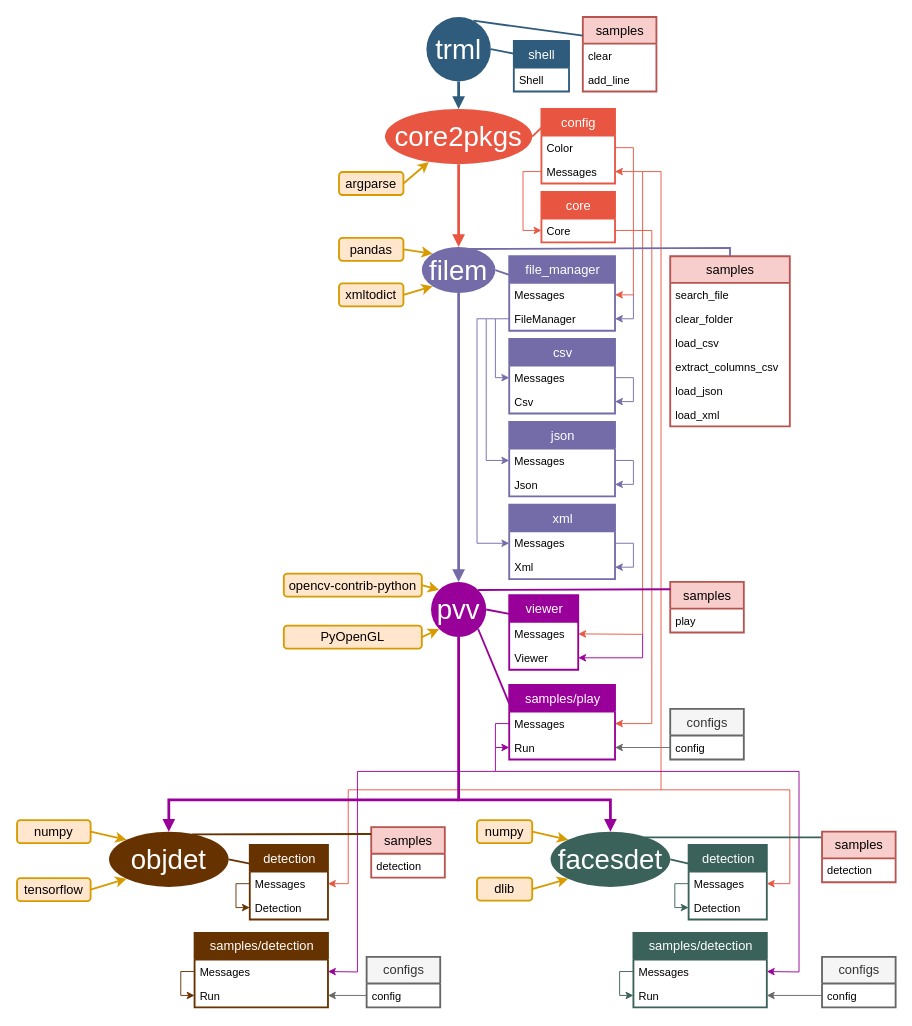
Above: Package_tree.drawio in DmitryRyumin/pkgs (draw.io), before the change. Source tidied: cells renumbered, new cells numbered last; positions are measured from the earlier drawing's top-left corner, leaving out a move shared by most shapes. Both pictures are drawn from the tidied source at 92%, with x=0, y=0 at pixel (17, 17).
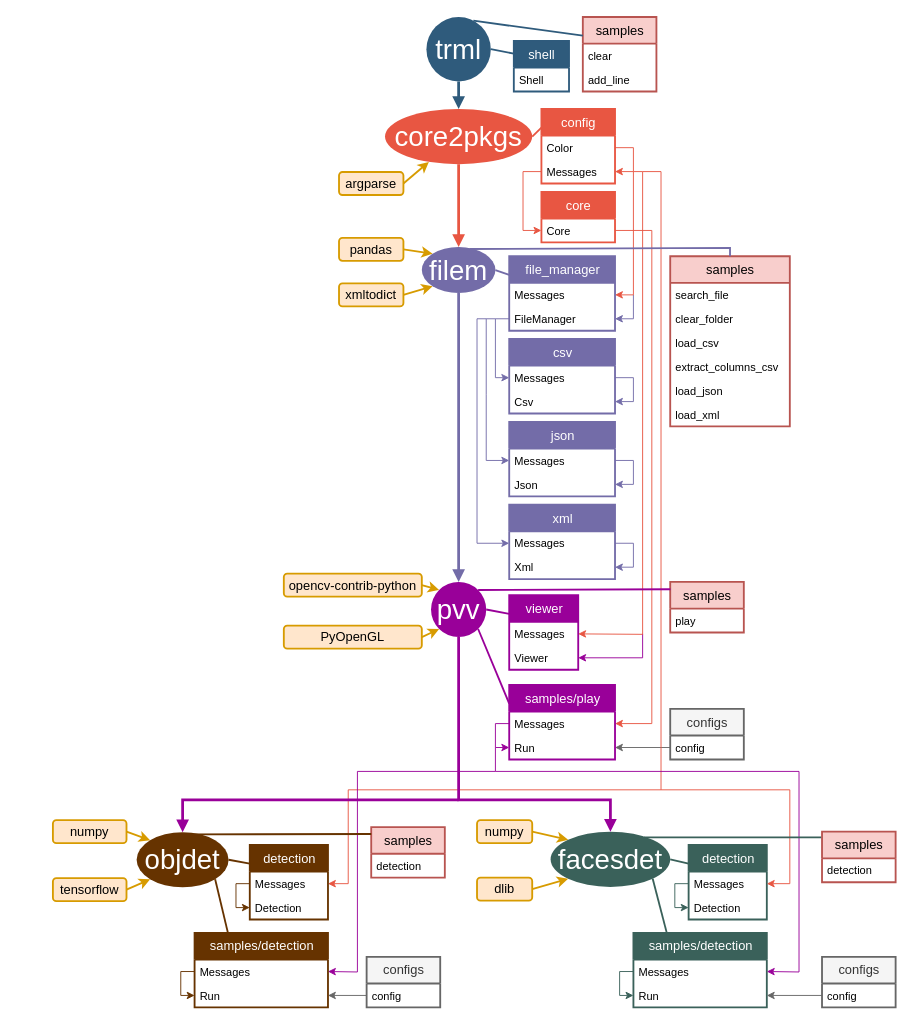
Above is the later version.

Unchanged cells that the change refers to:
```xml
<mxCell id="79" value="facesdet" style="ellipse;whiteSpace=wrap;html=1;shadow=0;fontFamily=Helvetica;fontSize=30;fontColor=#FFFFFF;align=center;strokeColor=none;strokeWidth=6;fillColor=#3A615A;fontStyle=0;gradientColor=none;" parent="1" vertex="1">
  <mxGeometry x="580" y="885.5" width="130" height="60" as="geometry" />
</mxCell>
<mxCell id="92" value="samples/detection" style="swimlane;fontStyle=0;horizontal=1;startSize=29;fillColor=#3A615A;swimlaneFillColor=#ffffff;align=center;fontSize=14;rounded=0;shadow=0;strokeWidth=2;fontColor=#FFFFFF;spacing=2;spacingTop=0;strokeColor=#3A615A;swimlaneLine=1;html=1;overflow=visible;" parent="1" vertex="1">
  <mxGeometry x="670" y="995.5" width="145" height="81" as="geometry" />
</mxCell>
<mxCell id="111" value="samples/detection" style="swimlane;fontStyle=0;horizontal=1;startSize=29;fillColor=#663300;swimlaneFillColor=#ffffff;align=center;fontSize=14;rounded=0;shadow=0;strokeWidth=2;fontColor=#FFFFFF;spacing=2;spacingTop=0;strokeColor=#663300;swimlaneLine=1;html=1;overflow=visible;" parent="1" vertex="1">
  <mxGeometry x="193" y="995.5" width="145" height="81" as="geometry" />
</mxCell>
```

What changed in the source:
```diff
@@
     <mxCell id="100" value="objdet" style="ellipse;whiteSpace=wrap;html=1;shadow=0;fontFamily=Helvetica;fontSize=30;fontColor=#FFFFFF;align=center;strokeColor=none;strokeWidth=6;fillColor=#663300;fontStyle=0;gradientColor=none;" parent="1" vertex="1">
-      <mxGeometry x="100" y="885.5" width="130" height="60" as="geometry" />
+      <mxGeometry x="130" y="886" width="100" height="60" as="geometry" />
     </mxCell>
@@
     <mxCell id="118" style="edgeStyle=orthogonalEdgeStyle;rounded=0;jettySize=auto;html=1;startSize=30;strokeColor=#990099;strokeWidth=3;fontSize=30;fontColor=#000000;endArrow=block;endFill=1;entryX=0.5;entryY=0;entryDx=0;entryDy=0;" parent="1" edge="1" target="100">
       <mxGeometry relative="1" as="geometry">
         <mxPoint x="480" y="851" as="sourcePoint" />
         <Array as="points">
-          <mxPoint x="165" y="851" />
+          <mxPoint x="180" y="851" />
         </Array>
       </mxGeometry>
     </mxCell>
@@
     <mxCell id="124" value="numpy" style="rounded=1;whiteSpace=wrap;html=1;shadow=0;glass=0;comic=0;strokeColor=#d79b00;strokeWidth=2;fillColor=#ffe6cc;fontSize=14;align=center;" parent="1" vertex="1">
-      <mxGeometry y="873" width="80" height="25" as="geometry" />
+      <mxGeometry x="39" y="873" width="80" height="25" as="geometry" />
     </mxCell>
@@
     <mxCell id="126" value="tensorflow" style="rounded=1;whiteSpace=wrap;html=1;shadow=0;glass=0;comic=0;strokeColor=#d79b00;strokeWidth=2;fillColor=#ffe6cc;fontSize=14;align=center;" parent="1" vertex="1">
-      <mxGeometry y="936" width="80" height="25" as="geometry" />
+      <mxGeometry x="39" y="936" width="80" height="25" as="geometry" />
     </mxCell>
+    <mxCell id="127" style="edgeStyle=none;endArrow=none;strokeWidth=2;strokeColor=#663300;html=1;entryX=1;entryY=1;entryDx=0;entryDy=0;exitX=0.25;exitY=0;exitDx=0;exitDy=0;rounded=1;" parent="1" edge="1" source="111" target="100">
+      <mxGeometry x="-456.5" y="94.5" as="geometry" />
+    </mxCell>
+    <mxCell id="128" style="edgeStyle=none;endArrow=none;strokeWidth=2;strokeColor=#3A615A;html=1;entryX=1;entryY=1;entryDx=0;entryDy=0;exitX=0.25;exitY=0;exitDx=0;exitDy=0;rounded=1;" parent="1" edge="1" source="92" target="79">
+      <mxGeometry x="-404.5" y="84.5" as="geometry" />
+    </mxCell>
```
